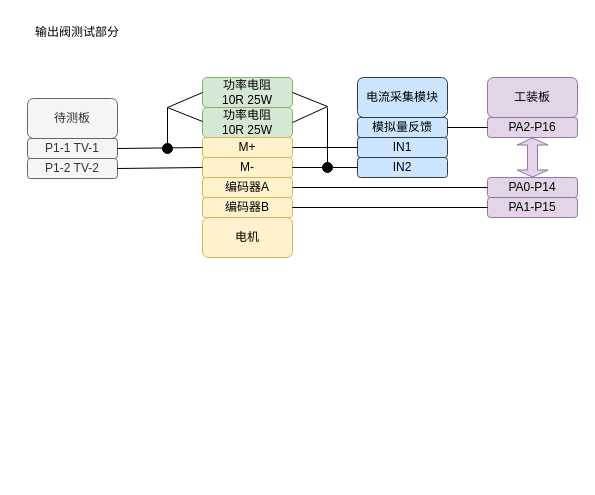
This is NMC215.drawio from Hanye1108/drawio, a draw.io file, before an edit. Source tidied: cells renumbered, new cells numbered last; positions are measured from the earlier drawing's top-left corner, leaving out a move shared by most shapes. Both pictures are drawn from the tidied source at 100%, with x=0, y=0 at pixel (17, 17).
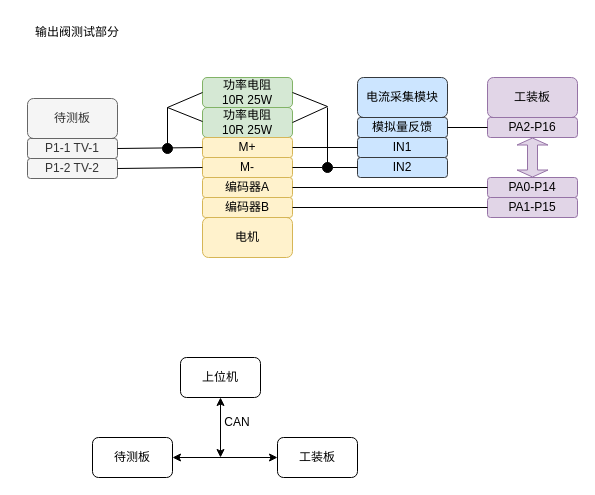
The same diagram, later.

What changed in the source:
```diff
@@
+    <mxCell id="36" value="上位机" style="rounded=1;whiteSpace=wrap;html=1;" parent="1" vertex="1">
+      <mxGeometry x="163" y="340" width="80" height="40" as="geometry" />
+    </mxCell>
+    <mxCell id="37" value="工装板" style="rounded=1;whiteSpace=wrap;html=1;" parent="1" vertex="1">
+      <mxGeometry x="260" y="420" width="80" height="40" as="geometry" />
+    </mxCell>
+    <mxCell id="38" value="待测板" style="rounded=1;whiteSpace=wrap;html=1;" parent="1" vertex="1">
+      <mxGeometry x="75" y="420" width="80" height="40" as="geometry" />
+    </mxCell>
+    <mxCell id="39" style="endArrow=classic;startArrow=classic;html=1;rounded=0;exitX=1;exitY=0.5;exitDx=0;exitDy=0;entryX=0;entryY=0.5;entryDx=0;entryDy=0;" parent="1" edge="1" source="38" target="37">
+      <mxGeometry relative="1" as="geometry" />
+    </mxCell>
+    <mxCell id="40" style="endArrow=classic;startArrow=classic;html=1;rounded=0;entryX=0.5;entryY=1;entryDx=0;entryDy=0;" parent="1" edge="1" target="36">
+      <mxGeometry relative="1" as="geometry">
+        <mxPoint x="203" y="440" as="sourcePoint" />
+      </mxGeometry>
+    </mxCell>
+    <mxCell id="41" value="CAN" style="text;strokeColor=none;align=center;fillColor=none;html=1;verticalAlign=middle;whiteSpace=wrap;rounded=0;" parent="1" vertex="1">
+      <mxGeometry x="190" y="390" width="60" height="30" as="geometry" />
+    </mxCell>
```
